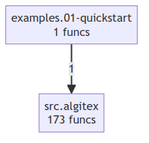
Above: project/compact_flow.png in semcod/algitex (Mermaid), before the change. Its source is kept beside it as project/compact_flow.mmd.
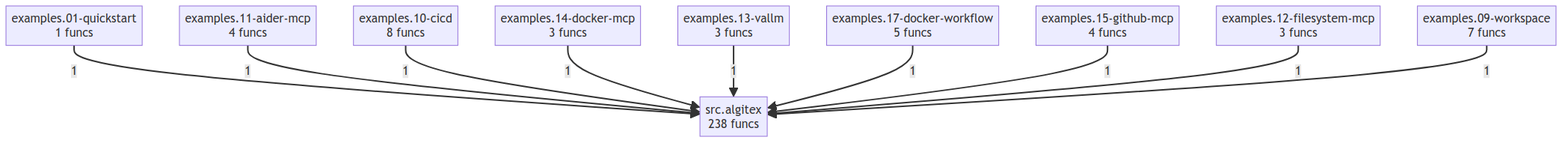
Later version of the same file.

Diff of the diagram source:
```diff
@@ -1,4 +1,20 @@
 flowchart TD
     examples__01_quickstart["examples.01-quickstart<br/>1 funcs"]
-    src__algitex["src.algitex<br/>173 funcs"]
+    examples__09_workspace["examples.09-workspace<br/>7 funcs"]
+    examples__10_cicd["examples.10-cicd<br/>8 funcs"]
+    examples__11_aider_mcp["examples.11-aider-mcp<br/>4 funcs"]
+    examples__12_filesystem_mcp["examples.12-filesystem-mcp<br/>3 funcs"]
+    examples__13_vallm["examples.13-vallm<br/>3 funcs"]
+    examples__14_docker_mcp["examples.14-docker-mcp<br/>3 funcs"]
+    examples__15_github_mcp["examples.15-github-mcp<br/>4 funcs"]
+    examples__17_docker_workflow["examples.17-docker-workflow<br/>5 funcs"]
+    src__algitex["src.algitex<br/>238 funcs"]
     examples__01_quickstart -->|1| src__algitex
+    examples__11_aider_mcp -->|1| src__algitex
+    examples__10_cicd -->|1| src__algitex
+    examples__14_docker_mcp -->|1| src__algitex
+    examples__13_vallm -->|1| src__algitex
+    examples__17_docker_workflow -->|1| src__algitex
+    examples__15_github_mcp -->|1| src__algitex
+    examples__12_filesystem_mcp -->|1| src__algitex
+    examples__09_workspace -->|1| src__algitex
```
